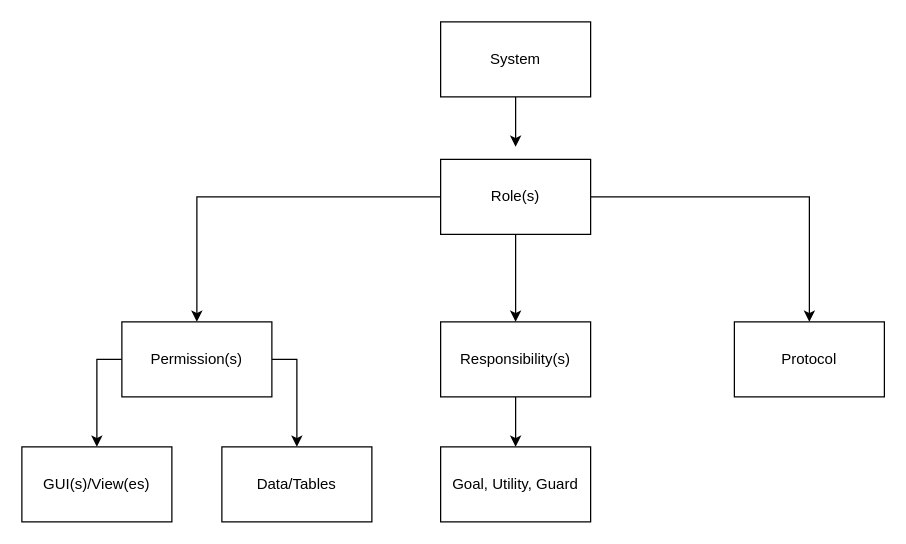
Before: Assignment1/images/image2.drawio in mjza/SENG696-F2022-G12, a draw.io diagram. Source tidied: cells renumbered, new cells numbered last; positions are measured from the earlier drawing's top-left corner, leaving out a move shared by most shapes. Both pictures are drawn from the tidied source at 125%, with x=0, y=0 at pixel (21, 21).
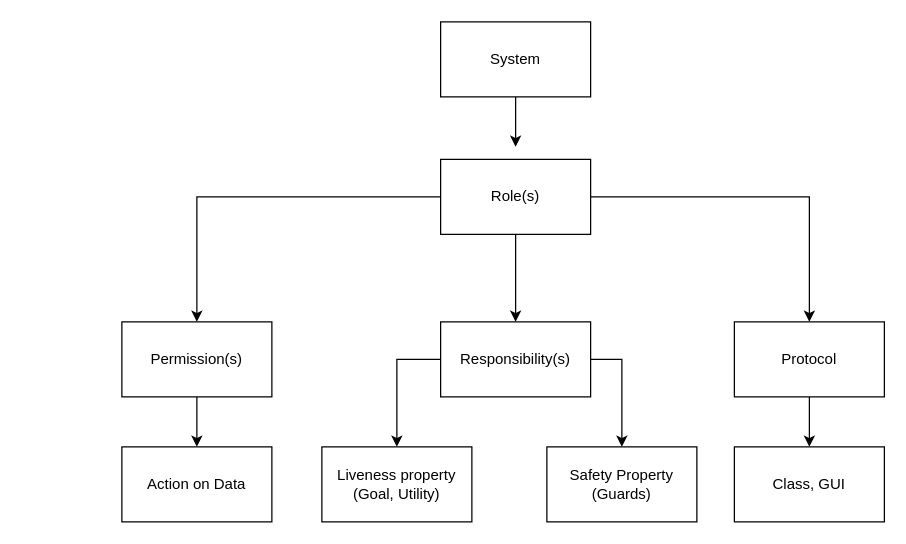
The same page after the edit.

The edit, as a diff of the source:
```diff
@@
 <mxGraphModel>
   <root>
     <mxCell id="0" />
     <mxCell id="1" parent="0" />
     <mxCell id="2" style="edgeStyle=orthogonalEdgeStyle;rounded=0;jettySize=auto;html=1;entryX=0.5;entryY=-0.167;entryDx=0;entryDy=0;entryPerimeter=0;" parent="1" edge="1" source="3" target="7">
       <mxGeometry relative="1" as="geometry" />
     </mxCell>
     <mxCell id="3" value="System" style="rounded=0;whiteSpace=wrap;html=1;" parent="1" vertex="1">
       <mxGeometry x="335" width="120" height="60" as="geometry" />
     </mxCell>
     <mxCell id="4" style="edgeStyle=orthogonalEdgeStyle;rounded=0;jettySize=auto;html=1;" parent="1" edge="1" source="7" target="10">
       <mxGeometry relative="1" as="geometry" />
     </mxCell>
     <mxCell id="5" style="edgeStyle=orthogonalEdgeStyle;rounded=0;jettySize=auto;html=1;" parent="1" edge="1" source="7" target="12">
       <mxGeometry relative="1" as="geometry" />
     </mxCell>
     <mxCell id="6" style="edgeStyle=orthogonalEdgeStyle;rounded=0;jettySize=auto;html=1;" parent="1" edge="1" source="7" target="16">
       <mxGeometry relative="1" as="geometry" />
     </mxCell>
     <mxCell id="7" value="Role(s)" style="rounded=0;whiteSpace=wrap;html=1;" parent="1" vertex="1">
       <mxGeometry x="335" y="110" width="120" height="60" as="geometry" />
     </mxCell>
-    <mxCell id="8" style="edgeStyle=orthogonalEdgeStyle;rounded=0;jettySize=auto;html=1;entryX=0.5;entryY=0;entryDx=0;entryDy=0;exitX=0;exitY=0.5;exitDx=0;exitDy=0;" parent="1" edge="1" source="10" target="13">
-      <mxGeometry relative="1" as="geometry" />
-    </mxCell>
-    <mxCell id="9" style="edgeStyle=orthogonalEdgeStyle;rounded=0;jettySize=auto;html=1;exitX=1;exitY=0.5;exitDx=0;exitDy=0;" parent="1" edge="1" source="10" target="14">
+    <mxCell id="9" style="edgeStyle=orthogonalEdgeStyle;rounded=0;jettySize=auto;html=1;entryX=0.5;entryY=0;entryDx=0;entryDy=0;" parent="1" edge="1" source="10" target="14">
       <mxGeometry relative="1" as="geometry" />
     </mxCell>
     <mxCell id="10" value="Permission(s)" style="rounded=0;whiteSpace=wrap;html=1;" parent="1" vertex="1">
       <mxGeometry x="80" y="240" width="120" height="60" as="geometry" />
     </mxCell>
-    <mxCell id="11" style="edgeStyle=orthogonalEdgeStyle;rounded=0;jettySize=auto;html=1;entryX=0.5;entryY=0;entryDx=0;entryDy=0;" parent="1" edge="1" source="12" target="15">
+    <mxCell id="11" style="edgeStyle=orthogonalEdgeStyle;rounded=0;jettySize=auto;html=1;exitX=0;exitY=0.5;exitDx=0;exitDy=0;" parent="1" edge="1" source="12" target="15">
       <mxGeometry relative="1" as="geometry" />
     </mxCell>
+    <mxCell id="17" style="edgeStyle=orthogonalEdgeStyle;rounded=0;jettySize=auto;html=1;exitX=1;exitY=0.5;exitDx=0;exitDy=0;" parent="1" edge="1" source="12" target="19">
+      <mxGeometry relative="1" as="geometry" />
+    </mxCell>
     <mxCell id="12" value="Responsibility(s)" style="rounded=0;whiteSpace=wrap;html=1;" parent="1" vertex="1">
       <mxGeometry x="335" y="240" width="120" height="60" as="geometry" />
     </mxCell>
-    <mxCell id="13" value="GUI(s)/View(es)" style="rounded=0;whiteSpace=wrap;html=1;" parent="1" vertex="1">
-      <mxGeometry y="340" width="120" height="60" as="geometry" />
-    </mxCell>
-    <mxCell id="14" value="Data/Tables" style="rounded=0;whiteSpace=wrap;html=1;" parent="1" vertex="1">
-      <mxGeometry x="160" y="340" width="120" height="60" as="geometry" />
+    <mxCell id="14" value="Action on Data" style="rounded=0;whiteSpace=wrap;html=1;" parent="1" vertex="1">
+      <mxGeometry x="80" y="340" width="120" height="60" as="geometry" />
     </mxCell>
-    <mxCell id="15" value="Goal, Utility, Guard" style="rounded=0;whiteSpace=wrap;html=1;" parent="1" vertex="1">
-      <mxGeometry x="335" y="340" width="120" height="60" as="geometry" />
+    <mxCell id="15" value="Liveness property&lt;br&gt;(Goal, Utility)" style="rounded=0;whiteSpace=wrap;html=1;" parent="1" vertex="1">
+      <mxGeometry x="240" y="340" width="120" height="60" as="geometry" />
     </mxCell>
+    <mxCell id="18" style="edgeStyle=orthogonalEdgeStyle;rounded=0;jettySize=auto;html=1;" parent="1" edge="1" source="16" target="20">
+      <mxGeometry relative="1" as="geometry" />
+    </mxCell>
     <mxCell id="16" value="Protocol" style="rounded=0;whiteSpace=wrap;html=1;" parent="1" vertex="1">
       <mxGeometry x="570" y="240" width="120" height="60" as="geometry" />
     </mxCell>
+    <mxCell id="19" value="Safety Property&lt;br&gt;(Guards)" style="rounded=0;whiteSpace=wrap;html=1;" parent="1" vertex="1">
+      <mxGeometry x="420" y="340" width="120" height="60" as="geometry" />
+    </mxCell>
+    <mxCell id="20" value="Class, GUI" style="rounded=0;whiteSpace=wrap;html=1;" parent="1" vertex="1">
+      <mxGeometry x="570" y="340" width="120" height="60" as="geometry" />
+    </mxCell>
   </root>
 </mxGraphModel>
```
